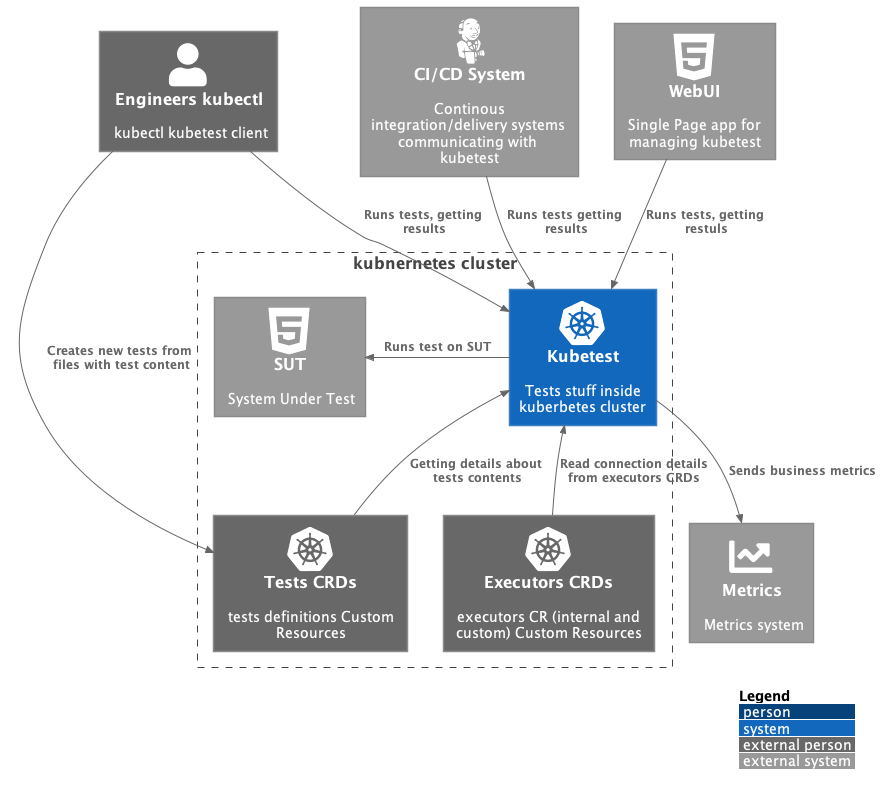
Above: docs/img/system_context.png in kubeshop/testkube (PlantUML), before the change.
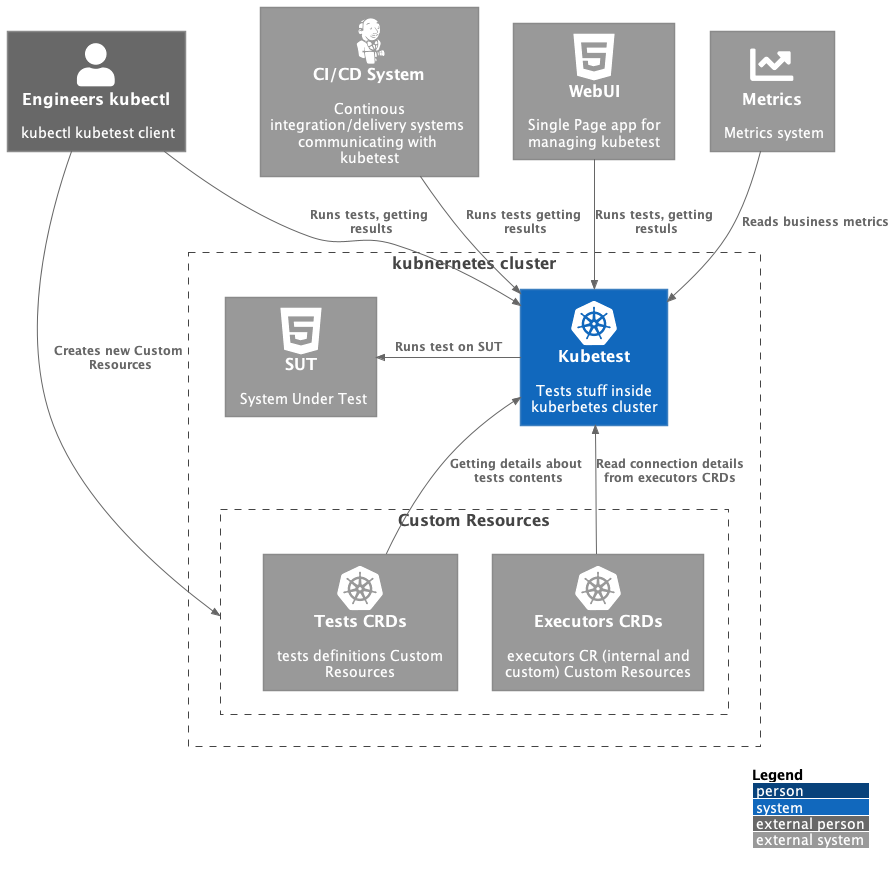
Later version of the same file.

Change to the diagram source:
```diff
@@ -22,12 +22,15 @@
 Boundary(kubernetes, "kubnernetes cluster") {
 	System(kubetest, "Kubetest", "Tests stuff inside kuberbetes cluster", "kubernetes")
 
-	Person_Ext(testCrds, "Tests CRDs", "tests definitions Custom Resources", "kubernetes")
-	Person_Ext(executorCrds, "Executors CRDs", "executors CR (internal and custom) Custom Resources", "kubernetes")
+	Boundary(crds, "Custom Resources") {
+		System_Ext(testCrds, "Tests CRDs", "tests definitions Custom Resources", "kubernetes")
+		System_Ext(executorCrds, "Executors CRDs", "executors CR (internal and custom) Custom Resources", "kubernetes")
+	}
+
 	System_Ext(sut, "SUT", "System Under Test", "html5")
 
 	Rel_U(testCrds, kubetest, "Getting details about tests contents")
-	Rel_D(kubectl, testCrds, "Creates new tests from files with test content")
+	Rel_D(kubectl, crds, "Creates new Custom Resources")
 
 	Rel_U(executorCrds, kubetest, "Read connection details from executors CRDs")
 }
@@ -37,7 +40,7 @@
 Rel(cicd, kubetest, "Runs tests getting results")
 Rel(web, kubetest, "Runs tests, getting restuls")
 
-Rel(kubetest, metrics, "Sends business metrics")
+Rel(metrics, kubetest, "Reads business metrics")
 Rel_L(kubetest, sut, "Runs test on SUT")
 
 
```
